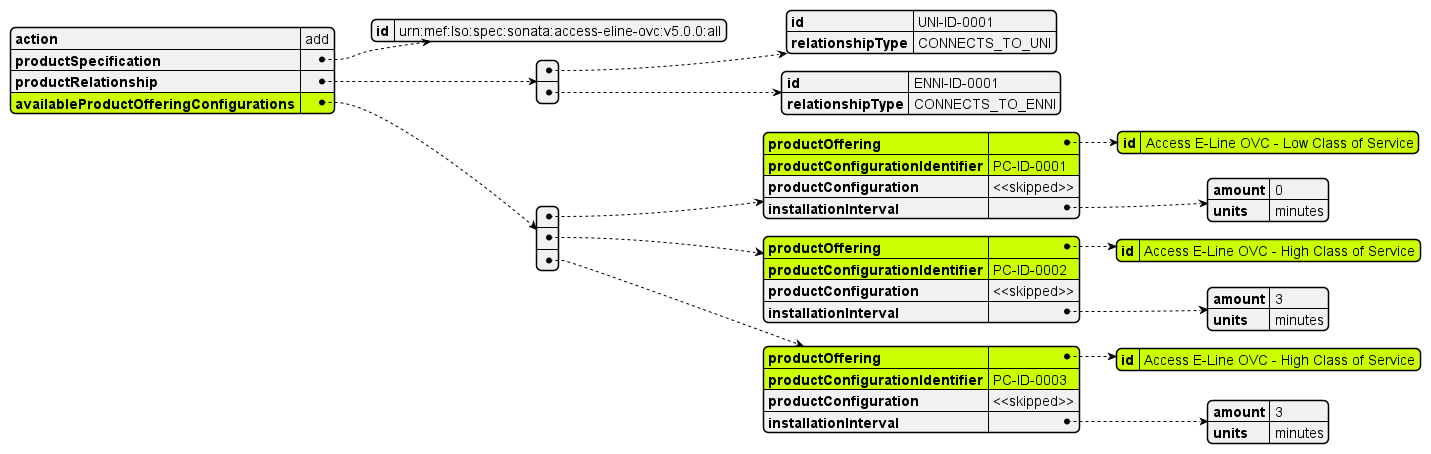
Above: documentation/productApi/availabilityAndPricingDiscovery/media/uc1responseStructure.png in MEF-GIT/MEF-LSO-Sonata-SDK (PlantUML), before the change.
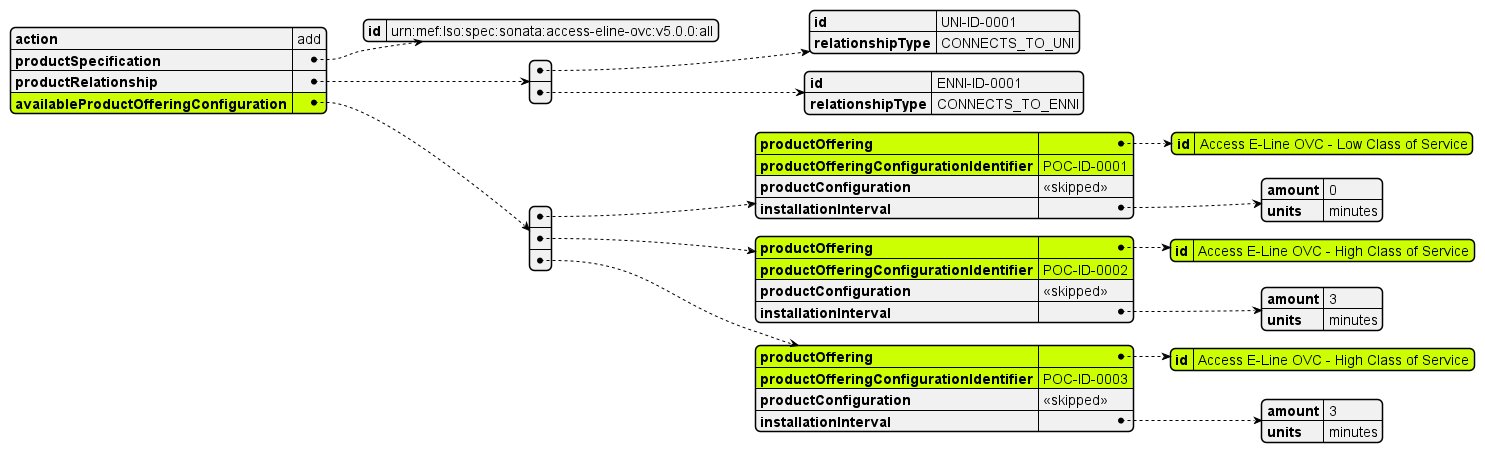
Later version of the same file.

What changed in the source:
```diff
@@ -1,19 +1,19 @@
 @startjson
 
 
-#highlight "availableProductOfferingConfigurations"
+#highlight "availableProductOfferingConfiguration"
 
-#highlight "availableProductOfferingConfigurations" / "0" / "productOffering"
-#highlight "availableProductOfferingConfigurations" / "0" / "productOffering" / "id"
-#highlight "availableProductOfferingConfigurations" / "0" / "productConfigurationIdentifier"
+#highlight "availableProductOfferingConfiguration" / "0" / "productOffering"
+#highlight "availableProductOfferingConfiguration" / "0" / "productOffering" / "id"
+#highlight "availableProductOfferingConfiguration" / "0" / "productOfferingConfigurationIdentifier"
 
-#highlight "availableProductOfferingConfigurations" / "1" / "productOffering"
-#highlight "availableProductOfferingConfigurations" / "1" / "productOffering" / "id"
-#highlight "availableProductOfferingConfigurations" / "1" / "productConfigurationIdentifier"
+#highlight "availableProductOfferingConfiguration" / "1" / "productOffering"
+#highlight "availableProductOfferingConfiguration" / "1" / "productOffering" / "id"
+#highlight "availableProductOfferingConfiguration" / "1" / "productOfferingConfigurationIdentifier"
 
-#highlight "availableProductOfferingConfigurations" / "2" / "productOffering"
-#highlight "availableProductOfferingConfigurations" / "2" / "productOffering" / "id"
-#highlight "availableProductOfferingConfigurations" / "2" / "productConfigurationIdentifier"
+#highlight "availableProductOfferingConfiguration" / "2" / "productOffering"
+#highlight "availableProductOfferingConfiguration" / "2" / "productOffering" / "id"
+#highlight "availableProductOfferingConfiguration" / "2" / "productOfferingConfigurationIdentifier"
 
 
 {
@@ -31,12 +31,12 @@
       "relationshipType": "CONNECTS_TO_ENNI"
     }
   ],
-  "availableProductOfferingConfigurations": [
+  "availableProductOfferingConfiguration": [
     {
       "productOffering": {
         "id": "Access E-Line OVC - Low Class of Service"
       },
-      "productConfigurationIdentifier": "PC-ID-0001",
+      "productOfferingConfigurationIdentifier": "POC-ID-0001",
       "productConfiguration": "<<skipped>>",
       "installationInterval": {
         "amount": 0,
@@ -47,7 +47,7 @@
       "productOffering": {
         "id": "Access E-Line OVC - High Class of Service"
       },
-      "productConfigurationIdentifier": "PC-ID-0002",
+      "productOfferingConfigurationIdentifier": "POC-ID-0002",
       "productConfiguration": "<<skipped>>",
       "installationInterval": {
         "amount": 3,
@@ -58,7 +58,7 @@
       "productOffering": {
         "id": "Access E-Line OVC - High Class of Service"
       },
-      "productConfigurationIdentifier": "PC-ID-0003",
+      "productOfferingConfigurationIdentifier": "POC-ID-0003",
       "productConfiguration": "<<skipped>>",
       "installationInterval": {
         "amount": 3,
```
